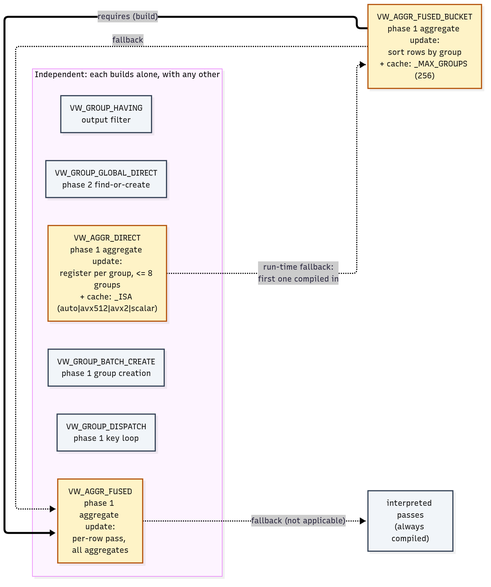
Above: aggregation_options/relations.png in lxbtlr/db-engine-paradigms (Mermaid), before the change. Its source is kept beside it as aggregation_options/relations.mmd.
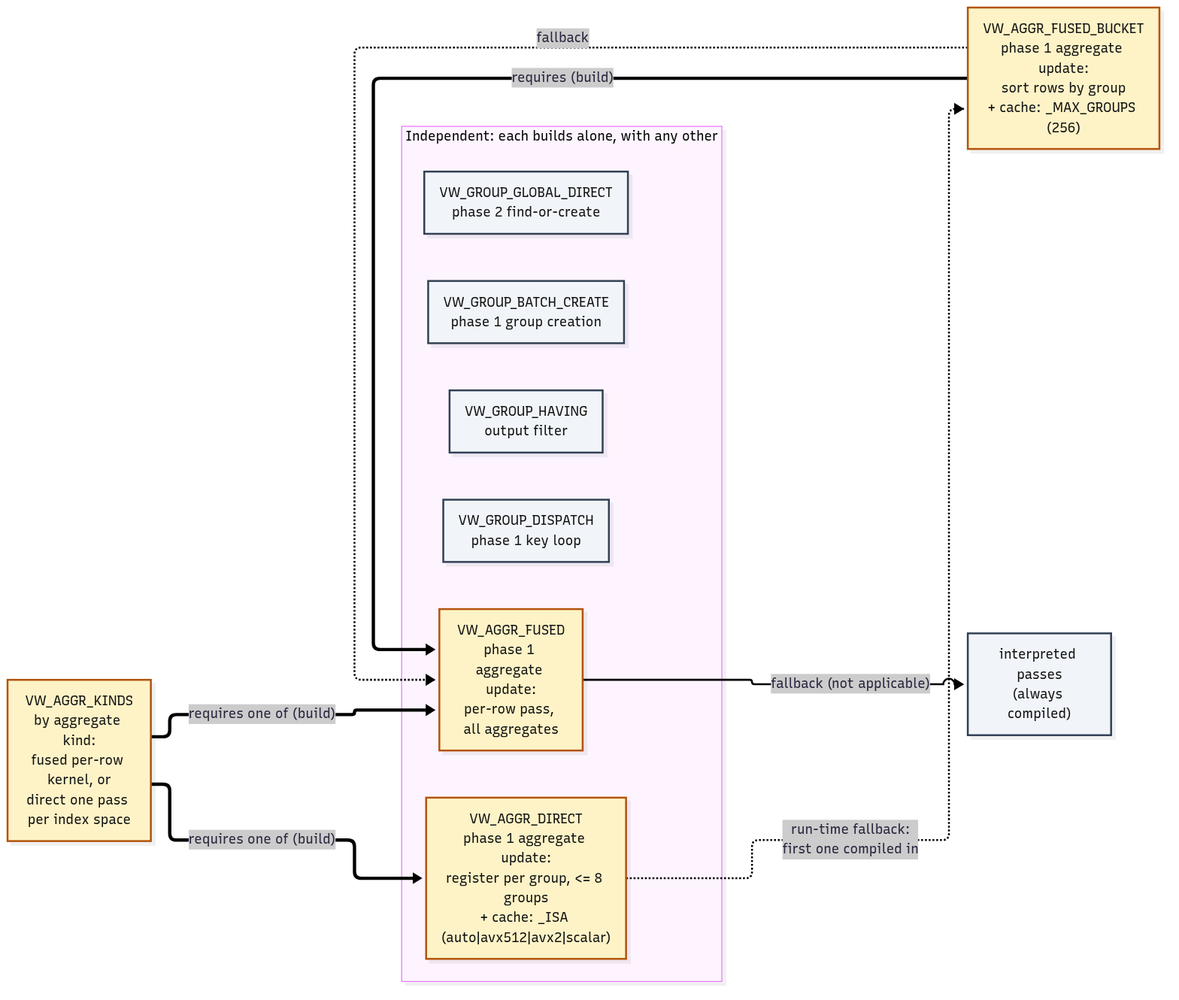
The same diagram one commit later.

Diff of the diagram source:
```diff
@@ -10,6 +10,9 @@
     end
     AB["VW_AGGR_FUSED_BUCKET<br/>phase 1 aggregate update:<br/>sort rows by group<br/>+ cache: _MAX_GROUPS (256)"]
     INT["interpreted passes<br/>(always compiled)"]
+    AK["VW_AGGR_KINDS<br/>by aggregate kind:<br/>fused per-row kernel, or<br/>direct one pass per index space"]
+    AK ==>|"requires one of (build)"| AF
+    AK ==>|"requires one of (build)"| AD
 
     AB ==>|"requires (build)"| AF
     AD -.->|"run-time fallback:<br/>first one compiled in"| AB
@@ -19,4 +22,4 @@
     classDef free fill:#f1f5f9,stroke:#334155,color:#111
     classDef upd fill:#fef3c7,stroke:#b45309,color:#111
     class DI,BC,GD,HV,INT free
-    class AF,AB,AD upd
+    class AF,AB,AD,AK upd
```
